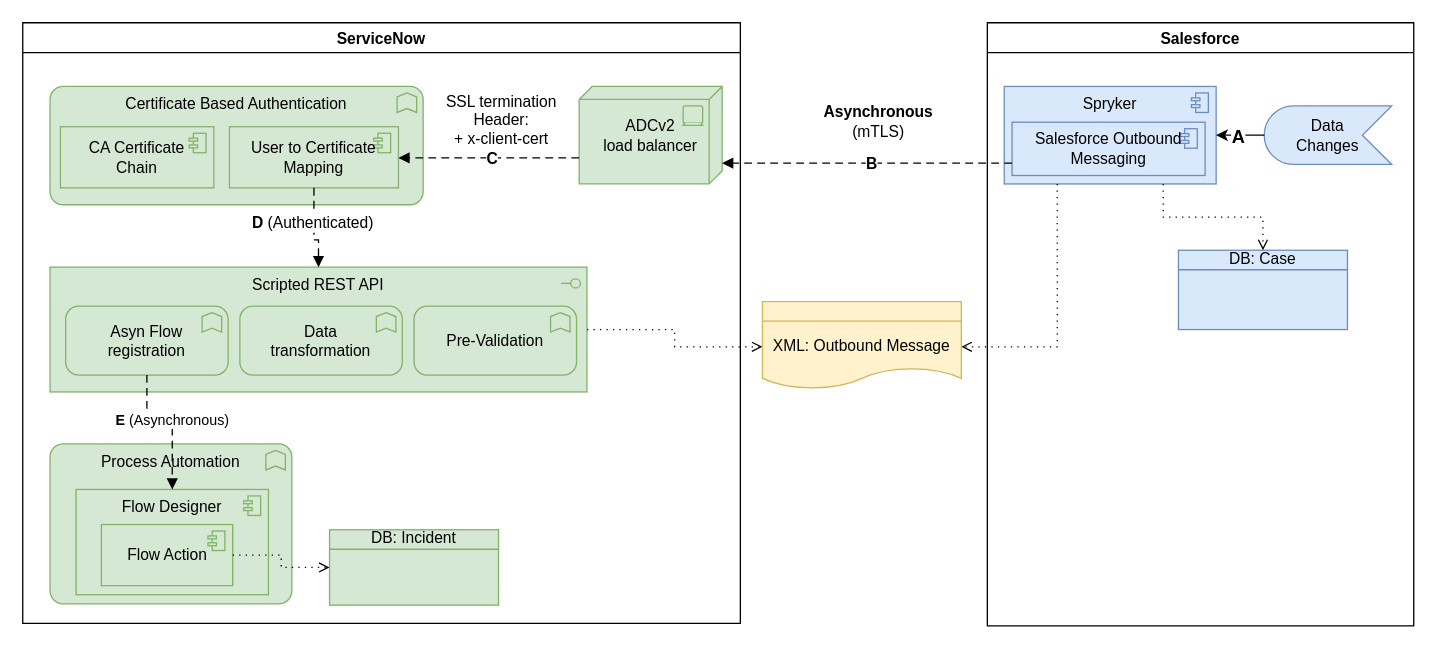
Above: page "Sec:SF2SN" (8 of 8) of SNowSpryker.drawio in algimas/tmp (draw.io), before the change. Source tidied: cells renumbered, new cells numbered last; positions are measured from the earlier drawing's top-left corner, leaving out a move shared by most shapes. Both pictures are drawn from the tidied source at 130%, with x=0, y=0 at pixel (22, 22).
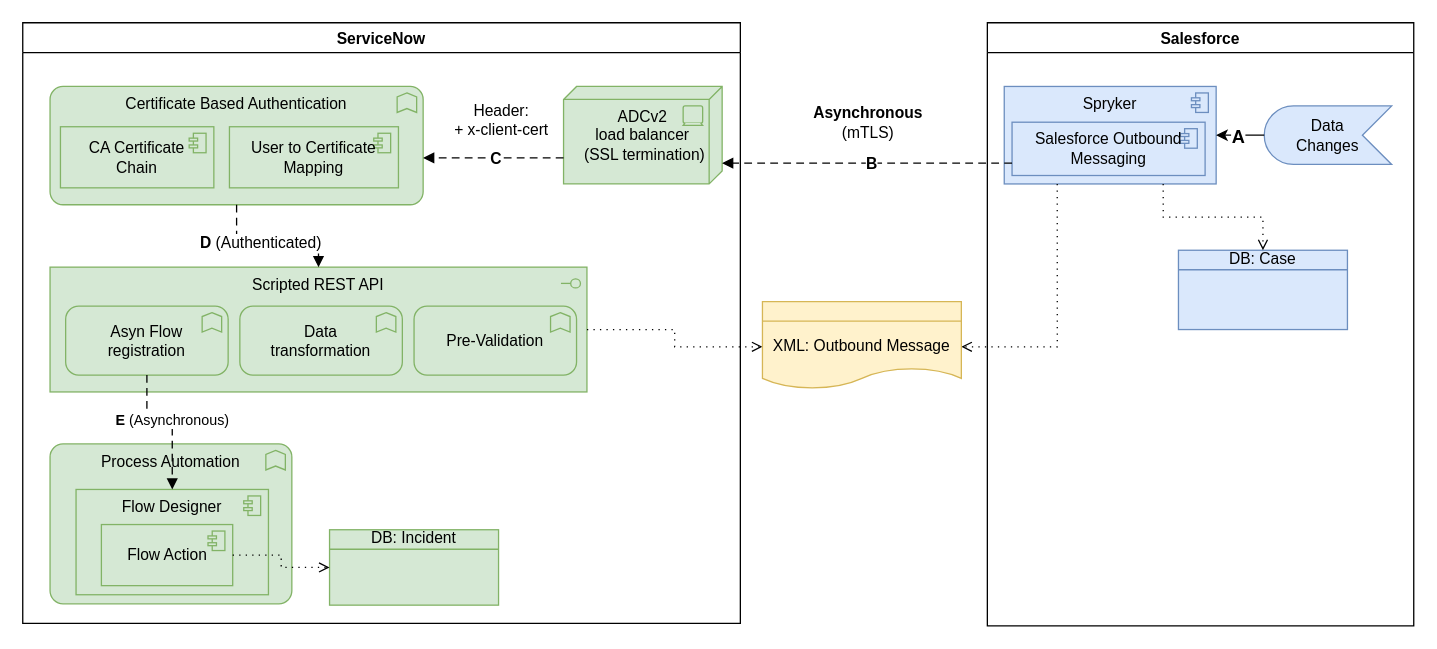
After the change.

Unchanged cells that the change refers to:
```xml
<mxCell id="5" value="ServiceNow" style="swimlane;" parent="1" vertex="1">
  <mxGeometry width="552" height="462" as="geometry" />
</mxCell>
<mxCell id="6" value="&lt;div&gt;Scripted REST API&lt;/div&gt;" style="html=1;outlineConnect=0;whiteSpace=wrap;fillColor=#d5e8d4;shape=mxgraph.archimate3.application;appType=interface;archiType=square;strokeColor=#82b366;verticalAlign=top;" parent="5" vertex="1">
  <mxGeometry x="21" y="188" width="413" height="96" as="geometry" />
</mxCell>
<mxCell id="12" value="&lt;span class=&quot;ph cmd&quot;&gt;&lt;span class=&quot;ph menucascade&quot;&gt;&lt;span class=&quot;ph uicontrol&quot;&gt;Certificate Based Authentication&lt;/span&gt;&lt;/span&gt;&lt;/span&gt;" style="html=1;outlineConnect=0;whiteSpace=wrap;fillColor=#d5e8d4;shape=mxgraph.archimate3.application;appType=func;archiType=rounded;strokeColor=#82b366;verticalAlign=top;align=center;" parent="5" vertex="1">
  <mxGeometry x="21" y="49" width="287" height="91" as="geometry" />
</mxCell>
<mxCell id="14" value="&lt;span class=&quot;ph cmd&quot;&gt;&lt;span class=&quot;ph menucascade&quot;&gt;&lt;span class=&quot;ph uicontrol&quot;&gt;User to Certificate Mapping&lt;/span&gt;&lt;/span&gt;&lt;/span&gt;" style="html=1;outlineConnect=0;whiteSpace=wrap;fillColor=#d5e8d4;shape=mxgraph.archimate3.application;appType=comp;archiType=square;strokeColor=#82b366;verticalAlign=middle;" parent="5" vertex="1">
  <mxGeometry x="159" y="80" width="130" height="47" as="geometry" />
</mxCell>
```

Change to the diagram source:
```diff
@@
-    <mxCell id="11" value="&lt;div&gt;&lt;span class=&quot;ng-scope&quot;&gt;&lt;span class=&quot;ng-scope&quot;&gt;&lt;span id=&quot;section_tab.d582dcb0c3310200b0449f2974d3aebd&quot;&gt;&lt;span id=&quot;section-d582dcb0c3310200b0449f2974d3aebd&quot;&gt;ADCv2 &lt;br&gt;&lt;/span&gt;&lt;/span&gt;&lt;/span&gt;&lt;/span&gt;&lt;/div&gt;&lt;div&gt;&lt;span class=&quot;ng-scope&quot;&gt;&lt;span class=&quot;ng-scope&quot;&gt;&lt;span id=&quot;section_tab.d582dcb0c3310200b0449f2974d3aebd&quot;&gt;&lt;span id=&quot;section-d582dcb0c3310200b0449f2974d3aebd&quot;&gt;load balancer&lt;/span&gt;&lt;/span&gt;&lt;/span&gt;&lt;/span&gt;&lt;/div&gt;" style="html=1;outlineConnect=0;whiteSpace=wrap;fillColor=#d5e8d4;shape=mxgraph.archimate3.tech;techType=device;fontSize=12;strokeColor=#82b366;" parent="5" vertex="1">
-      <mxGeometry x="428" y="49" width="110" height="75" as="geometry" />
+    <mxCell id="11" value="&lt;div&gt;&lt;span class=&quot;ng-scope&quot;&gt;&lt;span class=&quot;ng-scope&quot;&gt;&lt;span id=&quot;section_tab.d582dcb0c3310200b0449f2974d3aebd&quot;&gt;&lt;span id=&quot;section-d582dcb0c3310200b0449f2974d3aebd&quot;&gt;ADCv2 &lt;br&gt;&lt;/span&gt;&lt;/span&gt;&lt;/span&gt;&lt;/span&gt;&lt;/div&gt;&lt;div&gt;&lt;span class=&quot;ng-scope&quot;&gt;&lt;span class=&quot;ng-scope&quot;&gt;&lt;span id=&quot;section_tab.d582dcb0c3310200b0449f2974d3aebd&quot;&gt;&lt;span id=&quot;section-d582dcb0c3310200b0449f2974d3aebd&quot;&gt;load balancer&lt;/span&gt;&lt;/span&gt;&lt;/span&gt;&lt;/span&gt;&lt;/div&gt;&amp;nbsp;(SSL termination)" style="html=1;outlineConnect=0;whiteSpace=wrap;fillColor=#d5e8d4;shape=mxgraph.archimate3.tech;techType=device;fontSize=12;strokeColor=#82b366;" parent="5" vertex="1">
+      <mxGeometry x="416" y="49" width="122" height="75" as="geometry" />
     </mxCell>
@@
-    <mxCell id="15" value="&lt;div&gt;SSL termination&lt;br&gt;&lt;/div&gt;&lt;div&gt;Header: &lt;br&gt;&lt;/div&gt;&lt;div&gt;+ x-client-cert&lt;br&gt;&lt;/div&gt;" style="text;html=1;align=center;verticalAlign=middle;strokeColor=none;fillColor=none;" parent="5" vertex="1">
-      <mxGeometry x="320" y="52" width="95" height="46" as="geometry" />
+    <mxCell id="15" value="&lt;div&gt;Header: &lt;br&gt;&lt;/div&gt;&lt;div&gt;+ x-client-cert&lt;br&gt;&lt;/div&gt;" style="text;html=1;align=center;verticalAlign=middle;strokeColor=none;fillColor=none;" parent="5" vertex="1">
+      <mxGeometry x="327" y="59" width="82" height="32" as="geometry" />
     </mxCell>
-    <mxCell id="16" style="edgeStyle=elbowEdgeStyle;html=1;endArrow=block;dashed=1;elbow=vertical;endFill=1;dashPattern=6 4;rounded=0;fontSize=12;entryX=1;entryY=0.5;entryDx=0;entryDy=0;entryPerimeter=0;" parent="5" edge="1" source="11" target="14">
+    <mxCell id="16" style="edgeStyle=elbowEdgeStyle;html=1;endArrow=block;dashed=1;elbow=vertical;endFill=1;dashPattern=6 4;rounded=0;fontSize=12;" parent="5" edge="1" source="11" target="12">
       <mxGeometry relative="1" as="geometry">
         <Array as="points">
           <mxPoint x="380" y="104" />
           <mxPoint x="337" y="104" />
         </Array>
       </mxGeometry>
     </mxCell>
@@
-    <mxCell id="18" style="edgeStyle=elbowEdgeStyle;html=1;endArrow=block;dashed=1;elbow=vertical;endFill=1;dashPattern=6 4;rounded=0;fontSize=12;entryX=0.5;entryY=0;entryDx=0;entryDy=0;entryPerimeter=0;exitX=0.5;exitY=1;exitDx=0;exitDy=0;exitPerimeter=0;" parent="5" edge="1" source="14" target="6">
+    <mxCell id="18" style="edgeStyle=elbowEdgeStyle;html=1;endArrow=block;dashed=1;elbow=vertical;endFill=1;dashPattern=6 4;rounded=0;fontSize=12;entryX=0.5;entryY=0;entryDx=0;entryDy=0;entryPerimeter=0;exitX=0.5;exitY=1;exitDx=0;exitDy=0;exitPerimeter=0;" parent="5" edge="1" source="12" target="6">
       <mxGeometry relative="1" as="geometry">
         <Array as="points">
           <mxPoint x="228" y="167" />
           <mxPoint x="347" y="114" />
         </Array>
       </mxGeometry>
     </mxCell>
@@
     <mxCell id="27" value="&lt;div&gt;&lt;b&gt;Asynchronous&lt;/b&gt;&lt;/div&gt;&lt;div&gt;(mTLS)&lt;br&gt;&lt;/div&gt;" style="text;html=1;align=center;verticalAlign=middle;strokeColor=none;fillColor=none;" parent="1" vertex="1">
-      <mxGeometry x="611" y="60" width="94" height="32" as="geometry" />
+      <mxGeometry x="603" y="61" width="94" height="32" as="geometry" />
     </mxCell>
```
